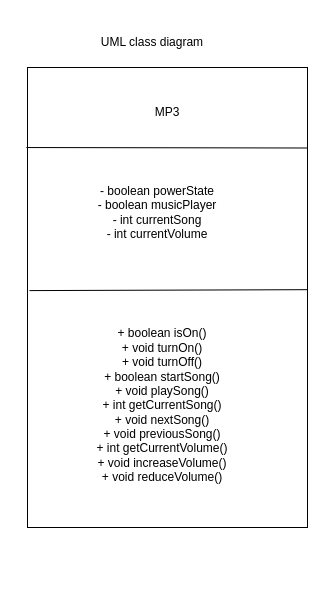
Earlier version of the draw.io diagram AirConditioner/MP3.drawio (visionezak-gif/IdeaProject). Source tidied: cells renumbered, new cells numbered last; positions are measured from the earlier drawing's top-left corner, leaving out a move shared by most shapes. Both pictures are drawn from the tidied source at 100%, with x=0, y=0 at pixel (17, 17).
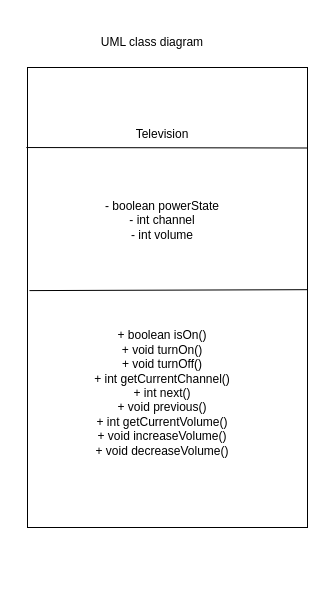
After the change.

What changed in the source:
```diff
@@
 <mxGraphModel>
   <root>
     <mxCell id="0" />
     <mxCell id="1" parent="0" />
     <mxCell id="2" style="rounded=0;whiteSpace=wrap;html=1;" parent="1" vertex="1">
       <mxGeometry x="10" y="50" width="280" height="460" as="geometry" />
     </mxCell>
     <mxCell id="3" style="endArrow=none;html=1;rounded=0;defaultLabelBackgroundColor=page;labelPadding=0 4;entryX=1;entryY=0.175;entryDx=0;entryDy=0;entryPerimeter=0;exitX=-0.004;exitY=0.174;exitDx=0;exitDy=0;exitPerimeter=0;" parent="1" edge="1" source="2" target="2">
       <mxGeometry relative="1" as="geometry" />
     </mxCell>
-    <mxCell id="4" value="MP3" style="text;html=1;whiteSpace=wrap;strokeColor=none;fillColor=none;align=center;verticalAlign=middle;rounded=0;" parent="1" vertex="1">
-      <mxGeometry x="70" y="70" width="160" height="50" as="geometry" />
-    </mxCell>
     <mxCell id="5" style="endArrow=none;html=1;rounded=0;defaultLabelBackgroundColor=page;labelPadding=0 4;entryX=1;entryY=0.483;entryDx=0;entryDy=0;entryPerimeter=0;exitX=0.007;exitY=0.485;exitDx=0;exitDy=0;exitPerimeter=0;" parent="1" edge="1" source="2" target="2">
       <mxGeometry relative="1" as="geometry" />
     </mxCell>
-    <mxCell id="6" value="- boolean powerState&lt;br&gt;- boolean musicPlayer&lt;br&gt;- int currentSong&lt;br&gt;- int currentVolume" style="text;html=1;whiteSpace=wrap;strokeColor=none;fillColor=none;align=center;verticalAlign=middle;rounded=0;" parent="1" vertex="1">
-      <mxGeometry x="20" y="140" width="240" height="110" as="geometry" />
-    </mxCell>
-    <mxCell id="7" style="edgeStyle=orthogonalEdgeStyle;rounded=0;orthogonalLoop=1;jettySize=auto;html=1;innerLoopWaypoints=1;exitX=0.5;exitY=1;exitDx=0;exitDy=0;defaultLabelBackgroundColor=page;labelPadding=0 4;" parent="1" edge="1" source="6" target="6">
-      <mxGeometry relative="1" as="geometry" />
+    <mxCell id="7" style="edgeStyle=orthogonalEdgeStyle;rounded=0;orthogonalLoop=1;jettySize=auto;html=1;innerLoopWaypoints=1;exitX=0.5;exitY=1;exitDx=0;exitDy=0;defaultLabelBackgroundColor=page;labelPadding=0 4;" parent="1" edge="1">
+      <mxGeometry relative="1" as="geometry">
+        <mxPoint x="140" y="250" as="sourcePoint" />
+        <mxPoint x="140" y="250" as="targetPoint" />
+      </mxGeometry>
     </mxCell>
-    <mxCell id="8" value="+ boolean isOn()&lt;br&gt;+ void turnOn()&lt;br&gt;+ void turnOff()&lt;br&gt;+ boolean startSong()&lt;br&gt;+ void playSong()&lt;br&gt;+ int getCurrentSong()&lt;br&gt;+ void nextSong()&lt;br&gt;+ void previousSong()&lt;br&gt;+ int getCurrentVolume()&lt;br&gt;+ void increaseVolume()&lt;br&gt;+ void reduceVolume()" style="text;html=1;whiteSpace=wrap;strokeColor=none;fillColor=none;align=center;verticalAlign=middle;rounded=0;" parent="1" vertex="1">
-      <mxGeometry y="195" width="290" height="385" as="geometry" />
-    </mxCell>
     <mxCell id="9" value="UML class diagram" style="text;html=1;whiteSpace=wrap;strokeColor=none;fillColor=none;align=center;verticalAlign=middle;rounded=0;" parent="1" vertex="1">
       <mxGeometry x="10" width="250" height="50" as="geometry" />
     </mxCell>
+    <mxCell id="10" value="&lt;div&gt;Television&lt;/div&gt;&lt;div&gt;&lt;br&gt;&lt;/div&gt;&lt;div&gt;&lt;br&gt;&lt;/div&gt;&lt;div&gt;&lt;br&gt;&lt;/div&gt;&lt;div&gt;&lt;br&gt;&lt;/div&gt;&lt;div&gt;- boolean powerState&lt;/div&gt;&lt;div&gt;- int channel&lt;/div&gt;&lt;div&gt;- int volume&lt;/div&gt;&lt;div&gt;&lt;br&gt;&lt;/div&gt;&lt;div&gt;&lt;br&gt;&lt;/div&gt;&lt;div&gt;&lt;br&gt;&lt;/div&gt;&lt;div&gt;&lt;br&gt;&lt;/div&gt;&lt;div&gt;&lt;br&gt;&lt;/div&gt;&lt;div&gt;&lt;br&gt;&lt;/div&gt;&lt;div&gt;+ boolean isOn()&lt;/div&gt;&lt;div&gt;+ void turnOn()&lt;/div&gt;&lt;div&gt;+ void turnOff()&lt;/div&gt;&lt;div&gt;+ int getCurrentChannel()&lt;/div&gt;&lt;div&gt;+ int next()&lt;/div&gt;&lt;div&gt;+ void previous()&lt;/div&gt;&lt;div&gt;+ int getCurrentVolume()&lt;/div&gt;&lt;div&gt;+ void increaseVolume()&lt;/div&gt;&lt;div&gt;+ void decreaseVolume()&lt;/div&gt;" style="text;html=1;whiteSpace=wrap;strokeColor=none;fillColor=none;align=center;verticalAlign=middle;rounded=0;" parent="1" vertex="1">
+      <mxGeometry x="10" y="70" width="270" height="410" as="geometry" />
+    </mxCell>
   </root>
 </mxGraphModel>
```
